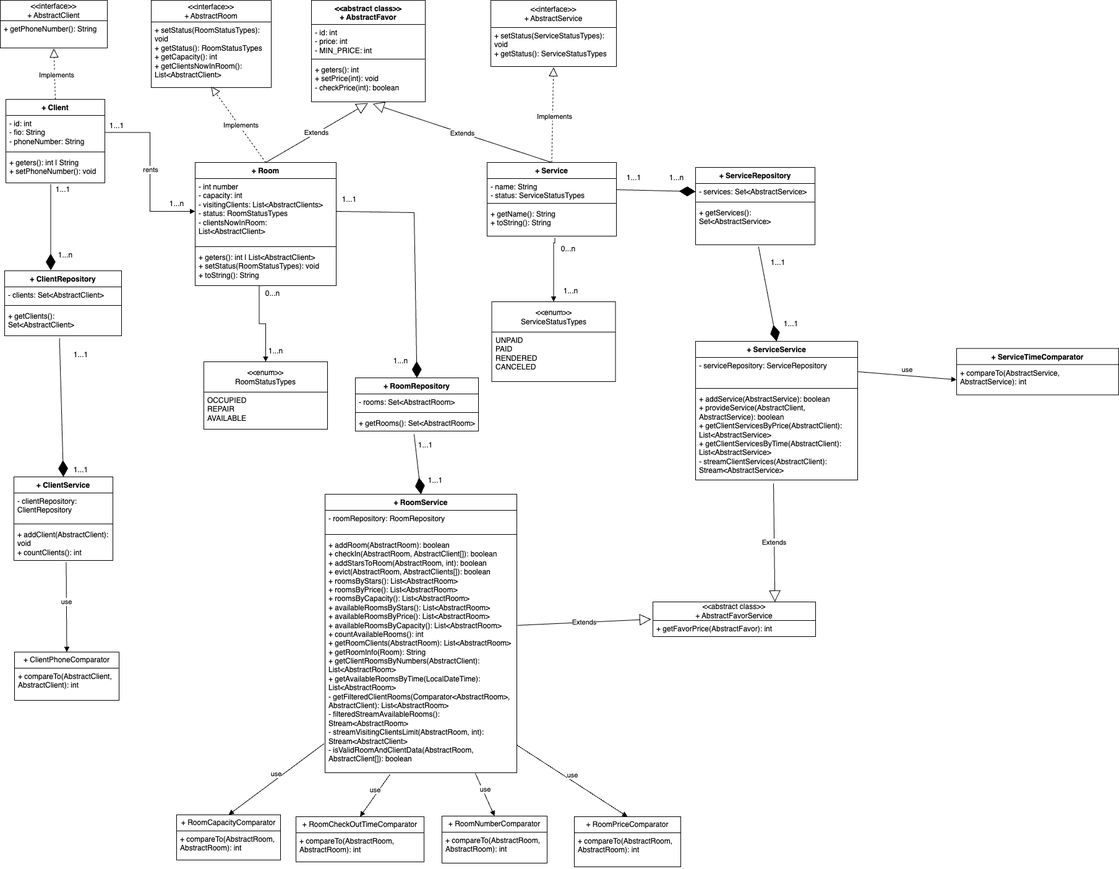
Earlier version of the draw.io export hotelAdmin/src/images/hotel.png (Dmitry-Osipov/hotel). Source tidied: cells renumbered, new cells last; positions are measured from the earlier drawing's top-left corner, leaving out a move shared by most shapes.
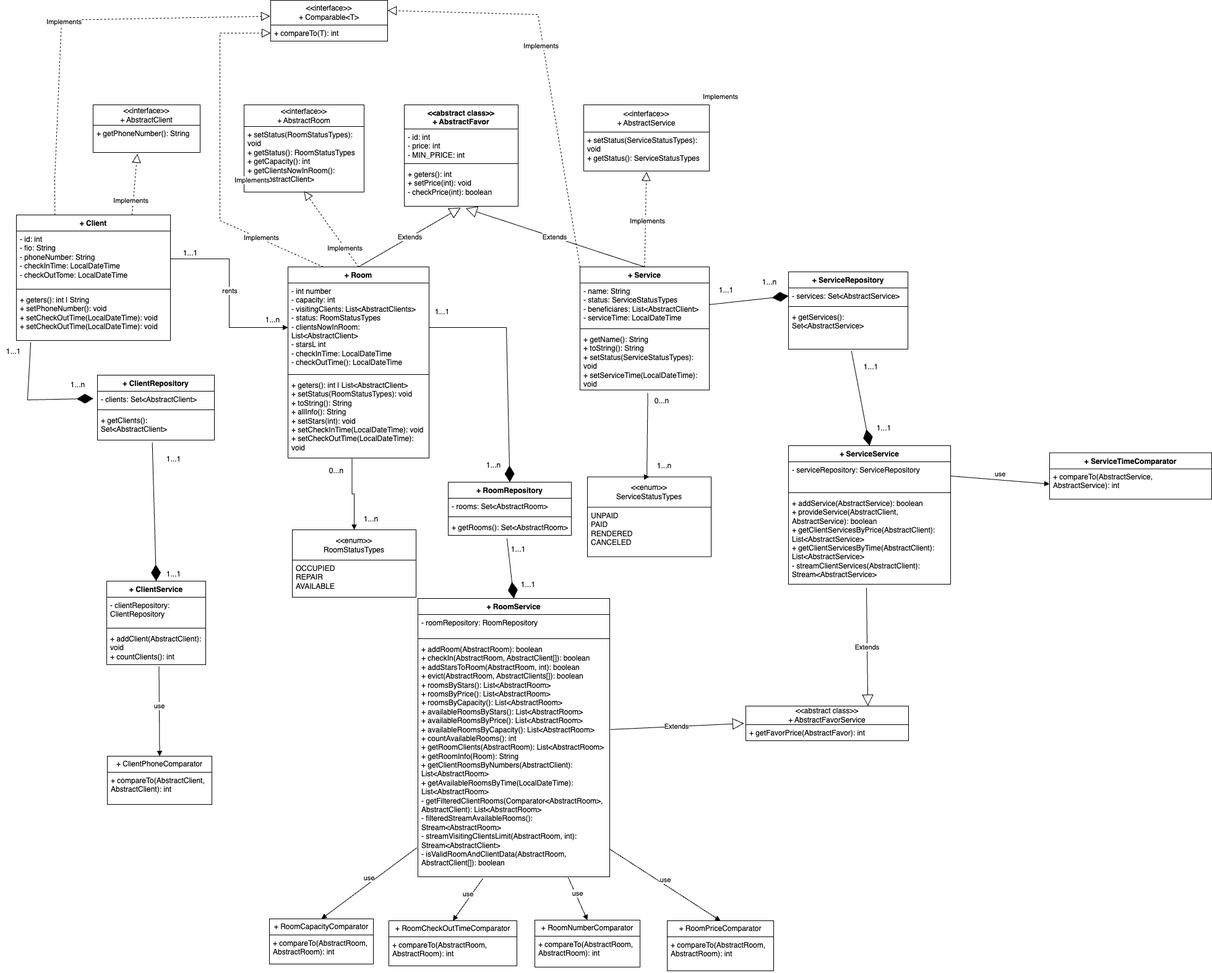
The same file after the commit.

Diff of the diagram source:
```diff
@@ -11,14 +11,14 @@
     <mxCell id="4" value="+ Client" style="swimlane;fontStyle=1;align=center;verticalAlign=top;horizontal=1;startSize=26;whiteSpace=wrap;html=1;" parent="1" vertex="1">
-      <mxGeometry x="9" y="160" width="160" height="135" as="geometry" />
+      <mxGeometry x="-124" y="178" width="249" height="203" as="geometry" />
     </mxCell>
-    <mxCell id="5" value="- id: int&lt;br&gt;- fio: String&lt;br&gt;- phoneNumber: String" style="text;strokeColor=none;fillColor=none;align=left;verticalAlign=top;spacingLeft=4;spacingRight=4;overflow=hidden;points=[[0,0.5],[1,0.5]];portConstraint=eastwest;whiteSpace=wrap;html=1;" parent="4" vertex="1">
-      <mxGeometry y="26" width="160" height="55" as="geometry" />
+    <mxCell id="5" value="- id: int&lt;br&gt;- fio: String&lt;br&gt;- phoneNumber: String&lt;br&gt;- checkInTime: LocalDateTime&lt;br&gt;- checkOutTome: LocalDateTime" style="text;strokeColor=none;fillColor=none;align=left;verticalAlign=top;spacingLeft=4;spacingRight=4;overflow=hidden;points=[[0,0.5],[1,0.5]];portConstraint=eastwest;whiteSpace=wrap;html=1;" parent="4" vertex="1">
+      <mxGeometry y="26" width="249" height="90" as="geometry" />
     </mxCell>
     <mxCell id="6" style="line;strokeWidth=1;fillColor=none;align=left;verticalAlign=middle;spacingTop=-1;spacingLeft=3;spacingRight=3;labelPosition=right;strokeColor=inherit;" parent="4" vertex="1">
-      <mxGeometry y="81" width="160" height="8" as="geometry" />
+      <mxGeometry y="116" width="249" height="8" as="geometry" />
     </mxCell>
-    <mxCell id="7" value="+ geters(): int | String&lt;br&gt;+ setPhoneNumber(): void" style="text;strokeColor=none;fillColor=none;align=left;verticalAlign=top;spacingLeft=4;spacingRight=4;overflow=hidden;points=[[0,0.5],[1,0.5]];portConstraint=eastwest;whiteSpace=wrap;html=1;" parent="4" vertex="1">
-      <mxGeometry y="89" width="160" height="46" as="geometry" />
+    <mxCell id="7" value="+ geters(): int | String&lt;br&gt;+ setPhoneNumber(): void&lt;br&gt;+ setCheckOutTime(LocalDateTime): void&lt;br&gt;+ setCheckOutTime(LocalDateTime): void" style="text;strokeColor=none;fillColor=none;align=left;verticalAlign=top;spacingLeft=4;spacingRight=4;overflow=hidden;points=[[0,0.5],[1,0.5]];portConstraint=eastwest;whiteSpace=wrap;html=1;" parent="4" vertex="1">
+      <mxGeometry y="124" width="249" height="79" as="geometry" />
     </mxCell>
-    <mxCell id="8" style="endArrow=block;dashed=1;endFill=0;endSize=12;html=1;rounded=0;exitX=0.5;exitY=0;exitDx=0;exitDy=0;entryX=0.5;entryY=1.023;entryDx=0;entryDy=0;entryPerimeter=0;" parent="1" edge="1" source="4" target="3">
+    <mxCell id="8" style="endArrow=block;dashed=1;endFill=0;endSize=12;html=1;rounded=0;exitX=0.75;exitY=0;exitDx=0;exitDy=0;entryX=0.413;entryY=1.051;entryDx=0;entryDy=0;entryPerimeter=0;" parent="1" edge="1" source="4" target="3">
       <mxGeometry relative="1" as="geometry" />
@@ -26,3 +26,5 @@
     <mxCell id="9" value="Implements" style="edgeLabel;html=1;align=center;verticalAlign=middle;" parent="8" vertex="1">
-      <mxGeometry x="-0.02" y="-2" relative="1" as="geometry" />
+      <mxGeometry x="-0.02" y="-2" relative="1" as="geometry">
+        <mxPoint x="-9" y="25" as="offset" />
+      </mxGeometry>
     </mxCell>
@@ -47,12 +49,12 @@
     <mxCell id="16" value="+ Room" style="swimlane;fontStyle=1;align=center;verticalAlign=top;horizontal=1;startSize=26;whiteSpace=wrap;html=1;" parent="1" vertex="1">
-      <mxGeometry x="315" y="262" width="228" height="199" as="geometry" />
+      <mxGeometry x="315" y="262" width="228" height="309" as="geometry" />
     </mxCell>
-    <mxCell id="17" value="- int number&lt;br&gt;- capacity: int&lt;br&gt;- visitingClients: List&amp;lt;AbstractClients&amp;gt;&lt;br&gt;- status: RoomStatusTypes&lt;br&gt;- clientsNowInRoom: List&amp;lt;AbstractClient&amp;gt;" style="text;strokeColor=none;fillColor=none;align=left;verticalAlign=top;spacingLeft=4;spacingRight=4;overflow=hidden;points=[[0,0.5],[1,0.5]];portConstraint=eastwest;whiteSpace=wrap;html=1;" parent="16" vertex="1">
-      <mxGeometry y="26" width="228" height="106" as="geometry" />
+    <mxCell id="17" value="- int number&lt;br&gt;- capacity: int&lt;br&gt;- visitingClients: List&amp;lt;AbstractClients&amp;gt;&lt;br&gt;- status: RoomStatusTypes&lt;br&gt;- clientsNowInRoom: List&amp;lt;AbstractClient&amp;gt;&lt;br&gt;- starsL int&lt;br&gt;- checkInTime: LocalDateTime&lt;br&gt;- checkOutTime(): LocalDateTime" style="text;strokeColor=none;fillColor=none;align=left;verticalAlign=top;spacingLeft=4;spacingRight=4;overflow=hidden;points=[[0,0.5],[1,0.5]];portConstraint=eastwest;whiteSpace=wrap;html=1;" parent="16" vertex="1">
+      <mxGeometry y="26" width="228" height="144" as="geometry" />
     </mxCell>
     <mxCell id="18" style="line;strokeWidth=1;fillColor=none;align=left;verticalAlign=middle;spacingTop=-1;spacingLeft=3;spacingRight=3;labelPosition=right;strokeColor=inherit;" parent="16" vertex="1">
-      <mxGeometry y="132" width="228" height="8" as="geometry" />
+      <mxGeometry y="170" width="228" height="8" as="geometry" />
     </mxCell>
-    <mxCell id="19" value="+ geters(): int | List&amp;lt;AbstractClient&amp;gt;&lt;br&gt;+ setStatus(RoomStatusTypes): void&lt;br&gt;+ toString(): String" style="text;strokeColor=none;fillColor=none;align=left;verticalAlign=top;spacingLeft=4;spacingRight=4;overflow=hidden;points=[[0,0.5],[1,0.5]];portConstraint=eastwest;whiteSpace=wrap;html=1;" parent="16" vertex="1">
-      <mxGeometry y="140" width="228" height="59" as="geometry" />
+    <mxCell id="19" value="+ geters(): int | List&amp;lt;AbstractClient&amp;gt;&lt;br&gt;+ setStatus(RoomStatusTypes): void&lt;br&gt;+ toString(): String&lt;br&gt;+ allInfo(): String&lt;br&gt;+ setStars(int): void&lt;br&gt;+ setCheckInTime(LocalDateTime): void&lt;br&gt;+ setCheckOutTime(LocalDateTime): void" style="text;strokeColor=none;fillColor=none;align=left;verticalAlign=top;spacingLeft=4;spacingRight=4;overflow=hidden;points=[[0,0.5],[1,0.5]];portConstraint=eastwest;whiteSpace=wrap;html=1;" parent="16" vertex="1">
+      <mxGeometry y="178" width="228" height="131" as="geometry" />
     </mxCell>
@@ -62,3 +64,5 @@
     <mxCell id="21" value="Implements" style="edgeLabel;html=1;align=center;verticalAlign=middle;" parent="20" vertex="1">
-      <mxGeometry x="-0.02" y="-2" relative="1" as="geometry" />
+      <mxGeometry x="-0.02" y="-2" relative="1" as="geometry">
+        <mxPoint x="19" y="31" as="offset" />
+      </mxGeometry>
     </mxCell>
@@ -74,12 +78,12 @@
     <mxCell id="25" value="+ Service" style="swimlane;fontStyle=1;align=center;verticalAlign=top;horizontal=1;startSize=26;whiteSpace=wrap;html=1;" parent="1" vertex="1">
-      <mxGeometry x="787" y="262" width="209" height="119" as="geometry" />
+      <mxGeometry x="787" y="262" width="209" height="199" as="geometry" />
     </mxCell>
-    <mxCell id="26" value="- name: String&lt;br&gt;- status: ServiceStatusTypes" style="text;strokeColor=none;fillColor=none;align=left;verticalAlign=top;spacingLeft=4;spacingRight=4;overflow=hidden;points=[[0,0.5],[1,0.5]];portConstraint=eastwest;whiteSpace=wrap;html=1;" parent="25" vertex="1">
-      <mxGeometry y="26" width="209" height="36" as="geometry" />
+    <mxCell id="26" value="- name: String&lt;br&gt;- status: ServiceStatusTypes&lt;br&gt;- beneficiares: List&amp;lt;AbstractClient&amp;gt;&lt;br&gt;- serviceTime: LocalDateTime" style="text;strokeColor=none;fillColor=none;align=left;verticalAlign=top;spacingLeft=4;spacingRight=4;overflow=hidden;points=[[0,0.5],[1,0.5]];portConstraint=eastwest;whiteSpace=wrap;html=1;" parent="25" vertex="1">
+      <mxGeometry y="26" width="209" height="70" as="geometry" />
     </mxCell>
     <mxCell id="27" style="line;strokeWidth=1;fillColor=none;align=left;verticalAlign=middle;spacingTop=-1;spacingLeft=3;spacingRight=3;labelPosition=right;strokeColor=inherit;" parent="25" vertex="1">
-      <mxGeometry y="62" width="209" height="8" as="geometry" />
+      <mxGeometry y="96" width="209" height="8" as="geometry" />
     </mxCell>
-    <mxCell id="28" value="+ getName(): String&lt;br&gt;+ toString(): String" style="text;strokeColor=none;fillColor=none;align=left;verticalAlign=top;spacingLeft=4;spacingRight=4;overflow=hidden;points=[[0,0.5],[1,0.5]];portConstraint=eastwest;whiteSpace=wrap;html=1;" parent="25" vertex="1">
-      <mxGeometry y="70" width="209" height="49" as="geometry" />
+    <mxCell id="28" value="+ getName(): String&lt;br&gt;+ toString(): String&lt;br&gt;+ setStatus(ServiceStatusTypes): void&lt;br&gt;+ setServiceTime(LocalDateTime): void" style="text;strokeColor=none;fillColor=none;align=left;verticalAlign=top;spacingLeft=4;spacingRight=4;overflow=hidden;points=[[0,0.5],[1,0.5]];portConstraint=eastwest;whiteSpace=wrap;html=1;" parent="25" vertex="1">
+      <mxGeometry y="104" width="209" height="95" as="geometry" />
     </mxCell>
@@ -95,3 +99,3 @@
     <mxCell id="32" value="&amp;lt;&amp;lt;enum&amp;gt;&amp;gt;&lt;br&gt;RoomStatusTypes" style="swimlane;fontStyle=0;horizontal=1;startSize=49;fillColor=none;whiteSpace=wrap;html=1;" parent="1" vertex="1">
-      <mxGeometry x="329" y="584" width="200" height="109" as="geometry" />
+      <mxGeometry x="322" y="687" width="200" height="109" as="geometry" />
     </mxCell>
@@ -104,9 +108,9 @@
     <mxCell id="35" value="0...n" style="text;html=1;align=center;verticalAlign=middle;strokeColor=none;fillColor=none;" parent="1" vertex="1">
-      <mxGeometry x="419.5" y="461" width="41" height="26" as="geometry" />
+      <mxGeometry x="372" y="579" width="41" height="26" as="geometry" />
     </mxCell>
     <mxCell id="36" value="1...n" style="text;html=1;align=center;verticalAlign=middle;strokeColor=none;fillColor=none;" parent="1" vertex="1">
-      <mxGeometry x="425" y="554" width="41" height="26" as="geometry" />
+      <mxGeometry x="428" y="657" width="41" height="26" as="geometry" />
     </mxCell>
     <mxCell id="37" value="&amp;lt;&amp;lt;enum&amp;gt;&amp;gt;&lt;br&gt;ServiceStatusTypes" style="swimlane;fontStyle=0;horizontal=1;startSize=49;fillColor=none;whiteSpace=wrap;html=1;" parent="1" vertex="1">
-      <mxGeometry x="794.5" y="487" width="200" height="129" as="geometry" />
+      <mxGeometry x="799" y="601.5" width="200" height="129" as="geometry" />
     </mxCell>
@@ -118,4 +122,5 @@
         <Array as="points">
-          <mxPoint x="897" y="392" />
-          <mxPoint x="894" y="392" />
+          <mxPoint x="897" y="471" />
+          <mxPoint x="895" y="471" />
+          <mxPoint x="895" y="602" />
         </Array>
@@ -124,12 +129,12 @@
     <mxCell id="40" value="0...n" style="text;html=1;align=center;verticalAlign=middle;strokeColor=none;fillColor=none;" parent="1" vertex="1">
-      <mxGeometry x="897" y="389" width="41" height="26" as="geometry" />
+      <mxGeometry x="898" y="466" width="41" height="26" as="geometry" />
     </mxCell>
     <mxCell id="41" value="1...n" style="text;html=1;align=center;verticalAlign=middle;strokeColor=none;fillColor=none;" parent="1" vertex="1">
-      <mxGeometry x="901" y="457" width="41" height="26" as="geometry" />
+      <mxGeometry x="902" y="571" width="41" height="26" as="geometry" />
     </mxCell>
     <mxCell id="42" value="1...1" style="text;html=1;align=center;verticalAlign=middle;strokeColor=none;fillColor=none;" parent="1" vertex="1">
-      <mxGeometry x="81" y="293" width="41" height="26" as="geometry" />
+      <mxGeometry x="-150" y="386" width="41" height="26" as="geometry" />
     </mxCell>
     <mxCell id="43" value="1...n" style="text;html=1;align=center;verticalAlign=middle;strokeColor=none;fillColor=none;" parent="1" vertex="1">
-      <mxGeometry x="84" y="399" width="41" height="26" as="geometry" />
+      <mxGeometry x="-46" y="440" width="41" height="26" as="geometry" />
     </mxCell>
@@ -139,3 +144,3 @@
     <mxCell id="45" value="1...1" style="text;html=1;align=center;verticalAlign=middle;strokeColor=none;fillColor=none;" parent="1" vertex="1">
-      <mxGeometry x="543" y="308.5" width="41" height="26" as="geometry" />
+      <mxGeometry x="543" y="322" width="41" height="26" as="geometry" />
     </mxCell>
@@ -145,3 +150,3 @@
     <mxCell id="47" value="1...1" style="text;html=1;align=center;verticalAlign=middle;strokeColor=none;fillColor=none;" parent="1" vertex="1">
-      <mxGeometry x="1003" y="274" width="41" height="26" as="geometry" />
+      <mxGeometry x="1002" y="287" width="41" height="26" as="geometry" />
     </mxCell>
@@ -156,6 +161,6 @@
     <mxCell id="50" value="1...1" style="text;html=1;align=center;verticalAlign=middle;strokeColor=none;fillColor=none;" parent="1" vertex="1">
-      <mxGeometry x="167" y="190" width="41" height="26" as="geometry" />
+      <mxGeometry x="136" y="227" width="41" height="26" as="geometry" />
     </mxCell>
     <mxCell id="51" value="1...n" style="text;html=1;align=center;verticalAlign=middle;strokeColor=none;fillColor=none;" parent="1" vertex="1">
-      <mxGeometry x="265" y="316" width="41" height="26" as="geometry" />
+      <mxGeometry x="269" y="334.5" width="41" height="26" as="geometry" />
     </mxCell>
@@ -173,4 +178,8 @@
     </mxCell>
-    <mxCell id="56" style="endArrow=diamondThin;endFill=1;endSize=24;html=1;rounded=0;entryX=0.394;entryY=-0.007;entryDx=0;entryDy=0;entryPerimeter=0;exitX=0.453;exitY=1.043;exitDx=0;exitDy=0;exitPerimeter=0;" parent="1" edge="1" source="7" target="52">
-      <mxGeometry relative="1" as="geometry" />
+    <mxCell id="56" style="endArrow=diamondThin;endFill=1;endSize=24;html=1;rounded=0;entryX=-0.035;entryY=0.453;entryDx=0;entryDy=0;entryPerimeter=0;exitX=0.093;exitY=1.034;exitDx=0;exitDy=0;exitPerimeter=0;" parent="1" edge="1" source="7" target="53">
+      <mxGeometry relative="1" as="geometry">
+        <Array as="points">
+          <mxPoint x="-106" y="477" />
+        </Array>
+      </mxGeometry>
     </mxCell>
@@ -191,3 +200,3 @@
         <Array as="points">
-          <mxPoint x="669" y="343" />
+          <mxPoint x="668" y="360" />
         </Array>
@@ -341,2 +350,50 @@
     </mxCell>
+    <mxCell id="110" value="&amp;lt;&amp;lt;interface&amp;gt;&amp;gt;&lt;br&gt;+ Comparable&amp;lt;T&amp;gt;" style="swimlane;fontStyle=0;horizontal=1;startSize=40;fillColor=none;whiteSpace=wrap;html=1;" parent="1" vertex="1">
+      <mxGeometry x="287" y="-169" width="189" height="66" as="geometry" />
+    </mxCell>
+    <mxCell id="111" value="+ compareTo(T): int" style="text;strokeColor=none;fillColor=none;align=left;verticalAlign=top;spacingLeft=4;spacingRight=4;overflow=hidden;points=[[0,0.5],[1,0.5]];portConstraint=eastwest;whiteSpace=wrap;html=1;" parent="110" vertex="1">
+      <mxGeometry y="40" width="189" height="26" as="geometry" />
+    </mxCell>
+    <mxCell id="112" style="endArrow=block;dashed=1;endFill=0;endSize=12;html=1;rounded=0;exitX=0.25;exitY=0;exitDx=0;exitDy=0;entryX=-0.005;entryY=0.389;entryDx=0;entryDy=0;entryPerimeter=0;" parent="1" edge="1" source="4" target="110">
+      <mxGeometry relative="1" as="geometry">
+        <Array as="points">
+          <mxPoint x="-62" y="119" />
+          <mxPoint x="-51" y="-137" />
+        </Array>
+      </mxGeometry>
+    </mxCell>
+    <mxCell id="113" value="Implements" style="edgeLabel;html=1;align=center;verticalAlign=middle;" parent="112" vertex="1">
+      <mxGeometry x="-0.02" y="-2" relative="1" as="geometry" />
+    </mxCell>
+    <mxCell id="114" style="endArrow=block;dashed=1;endFill=0;endSize=12;html=1;rounded=0;exitX=0.25;exitY=0;exitDx=0;exitDy=0;entryX=0;entryY=0.5;entryDx=0;entryDy=0;" parent="1" edge="1" source="16" target="111">
+      <mxGeometry relative="1" as="geometry">
+        <Array as="points">
+          <mxPoint x="205" y="187" />
+          <mxPoint x="205" y="-116" />
+        </Array>
+      </mxGeometry>
+    </mxCell>
+    <mxCell id="115" value="Implements" style="edgeLabel;html=1;align=center;verticalAlign=middle;" parent="114" vertex="1">
+      <mxGeometry x="-0.02" y="-2" relative="1" as="geometry">
+        <mxPoint x="49" y="29" as="offset" />
+      </mxGeometry>
+    </mxCell>
+    <mxCell id="116" style="endArrow=block;dashed=1;endFill=0;endSize=12;html=1;rounded=0;exitX=0;exitY=0;exitDx=0;exitDy=0;entryX=1;entryY=0.25;entryDx=0;entryDy=0;" parent="1" edge="1" source="25" target="110">
+      <mxGeometry relative="1" as="geometry">
+        <Array as="points">
+          <mxPoint x="719" y="-146" />
+        </Array>
+      </mxGeometry>
+    </mxCell>
+    <mxCell id="117" value="Implements" style="edgeLabel;html=1;align=center;verticalAlign=middle;" parent="116" vertex="1">
+      <mxGeometry x="-0.02" y="-2" relative="1" as="geometry">
+        <mxPoint x="277" y="42" as="offset" />
+      </mxGeometry>
+    </mxCell>
+    <mxCell id="118" value="Implements" style="edgeLabel;html=1;align=center;verticalAlign=middle;" parent="1" vertex="1">
+      <mxGeometry x="271" y="214" as="geometry" />
+    </mxCell>
+    <mxCell id="119" value="Implements" style="edgeLabel;html=1;align=center;verticalAlign=middle;" parent="1" vertex="1">
+      <mxGeometry x="723" y="-96" as="geometry" />
+    </mxCell>
   </root>
```
